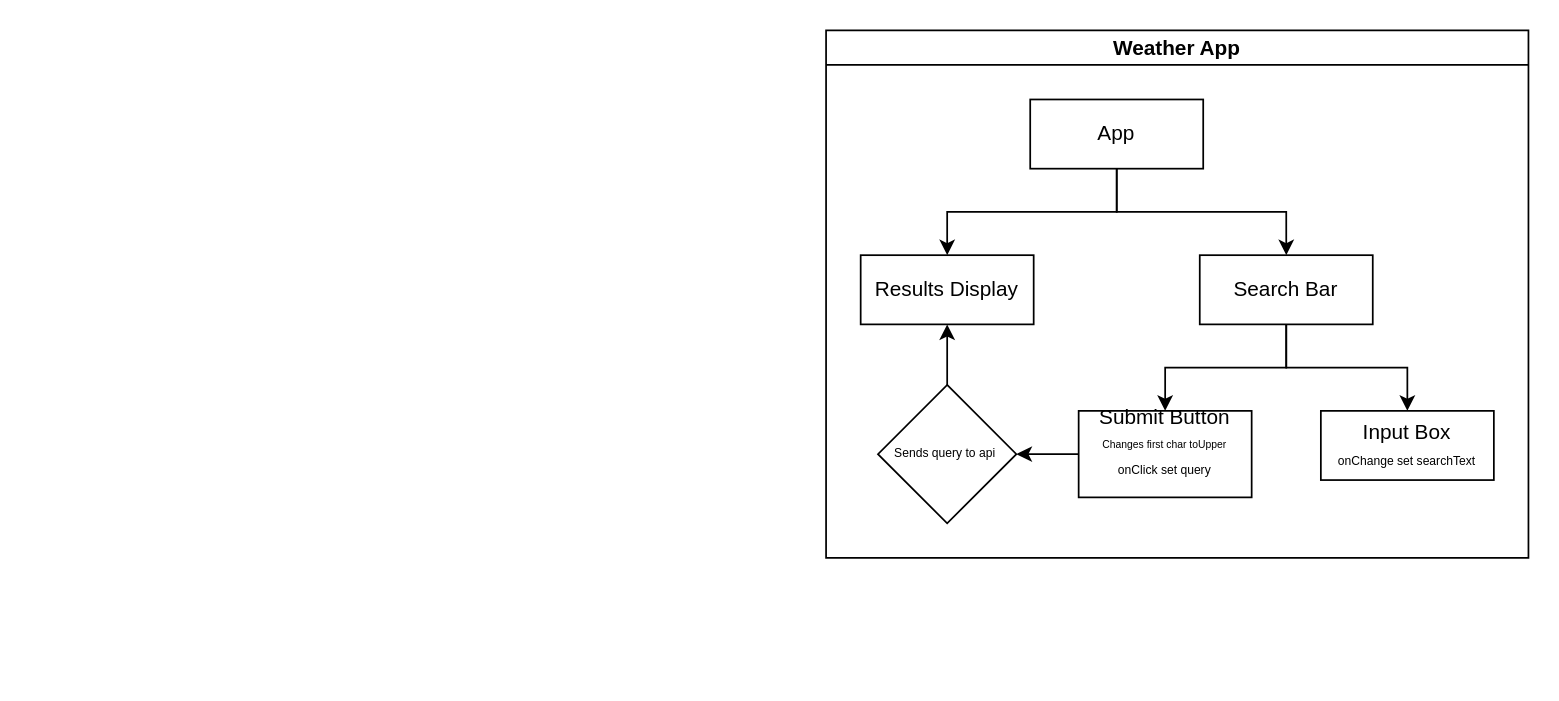
This is component-tree.drawio from SchoolOfCode/w12d5_typescript-react-hackathon-afam-and-glyn, a draw.io file, before an edit. Source tidied: cells renumbered, new cells numbered last; positions are measured from the earlier drawing's top-left corner, leaving out a move shared by most shapes. Both pictures are drawn from the tidied source at 173%, with x=0, y=0 at pixel (825, 29).
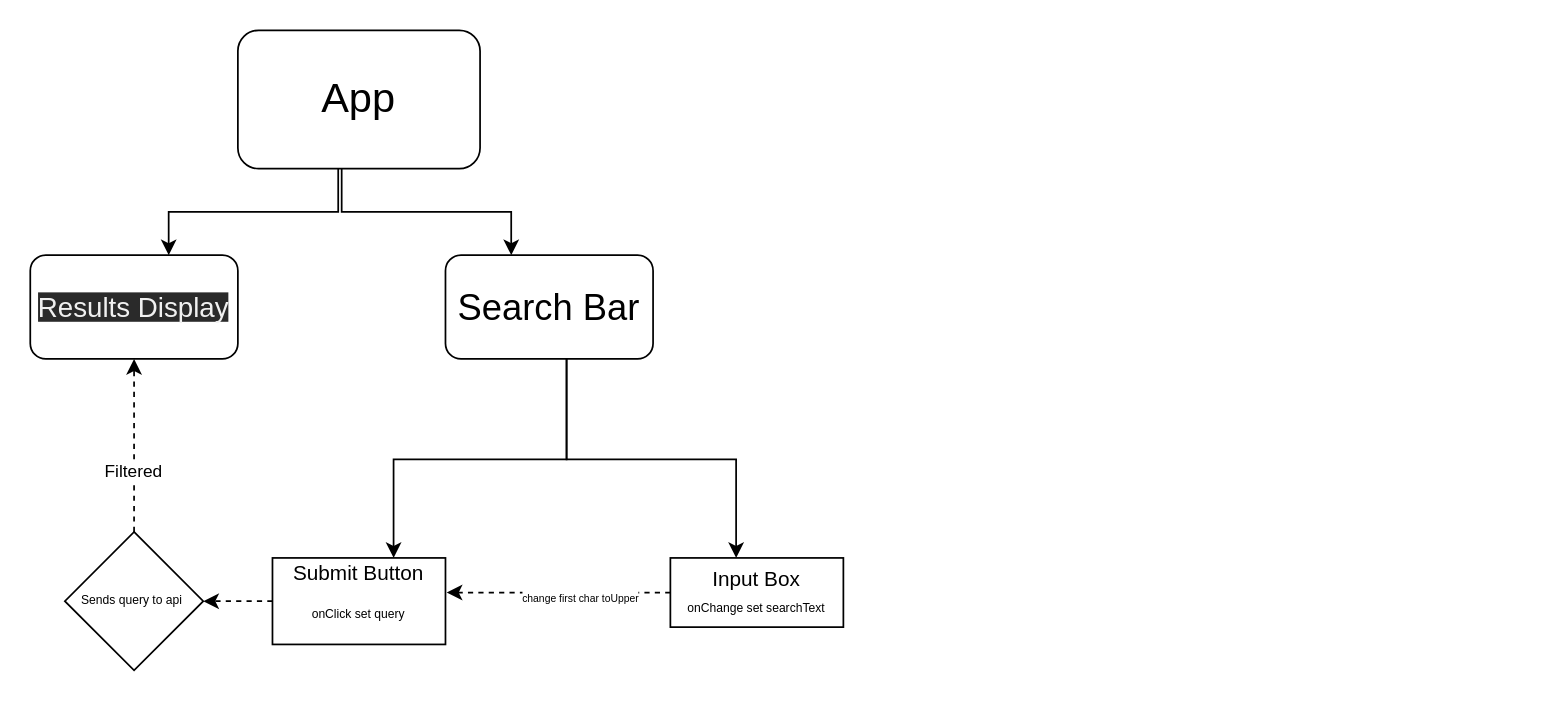
After the change.

Commit message:
new comp tree

Diff of the diagram source:
```diff
@@
-    <mxCell id="2" value="Weather App" style="swimlane;startSize=20;horizontal=1;horizontalTree=0;containerType=tree;" parent="1" vertex="1">
-      <mxGeometry width="406" height="305" as="geometry" />
-    </mxCell>
-    <mxCell id="3" value="App" style="whiteSpace=wrap;html=1;" parent="2" vertex="1">
-      <mxGeometry x="118" y="40" width="100" height="40" as="geometry" />
+    <mxCell id="3" value="&lt;font style=&quot;font-size: 24px&quot;&gt;App&lt;/font&gt;" style="rounded=1;whiteSpace=wrap;html=1;fontSize=6;" parent="1" vertex="1">
+      <mxGeometry x="-340" width="140" height="80" as="geometry" />
     </mxCell>
+    <mxCell id="6" value="&lt;font style=&quot;font-size: 16px&quot;&gt;&lt;span style=&quot;color: rgb(240 , 240 , 240) ; font-family: &amp;#34;helvetica&amp;#34; ; font-style: normal ; font-weight: 400 ; letter-spacing: normal ; text-align: center ; text-indent: 0px ; text-transform: none ; word-spacing: 0px ; background-color: rgb(42 , 42 , 42) ; display: inline ; float: none&quot;&gt;Results Display&lt;/span&gt;&lt;br&gt;&lt;/font&gt;" style="whiteSpace=wrap;html=1;fontSize=6;rounded=1;" parent="1" vertex="1">
+      <mxGeometry x="-460" y="130" width="120" height="60" as="geometry" />
+    </mxCell>
-    <mxCell id="4" value="Search Bar" style="whiteSpace=wrap;html=1;" parent="2" vertex="1">
-      <mxGeometry x="216" y="130" width="100" height="40" as="geometry" />
+    <mxCell id="4" value="&lt;font style=&quot;font-size: 21px&quot;&gt;Search Bar&lt;/font&gt;" style="whiteSpace=wrap;html=1;fontSize=6;rounded=1;" parent="1" vertex="1">
+      <mxGeometry x="-220" y="130" width="120" height="60" as="geometry" />
     </mxCell>
-    <mxCell id="5" style="edgeStyle=elbowEdgeStyle;elbow=vertical;html=1;rounded=0;" parent="2" edge="1" source="3" target="4">
-      <mxGeometry relative="1" as="geometry" />
-    </mxCell>
-    <mxCell id="6" value="Results Display" style="whiteSpace=wrap;html=1;" parent="2" vertex="1">
-      <mxGeometry x="20" y="130" width="100" height="40" as="geometry" />
-    </mxCell>
-    <mxCell id="7" style="edgeStyle=elbowEdgeStyle;elbow=vertical;html=1;rounded=0;" parent="2" edge="1" source="3" target="6">
-      <mxGeometry relative="1" as="geometry" />
-    </mxCell>
-    <mxCell id="8" style="edgeStyle=elbowEdgeStyle;elbow=vertical;html=1;rounded=0;" parent="2" edge="1" source="4" target="9">
-      <mxGeometry relative="1" as="geometry" />
-    </mxCell>
+    <mxCell id="15" style="edgeStyle=elbowEdgeStyle;elbow=vertical;html=1;rounded=0;" parent="1" edge="1">
+      <mxGeometry relative="1" as="geometry">
+        <mxPoint x="-282" y="80" as="sourcePoint" />
+        <mxPoint x="-380" y="130" as="targetPoint" />
+      </mxGeometry>
+    </mxCell>
+    <mxCell id="16" style="edgeStyle=elbowEdgeStyle;elbow=vertical;html=1;rounded=0;" parent="1" edge="1">
+      <mxGeometry relative="1" as="geometry">
+        <mxPoint x="-280" y="80" as="sourcePoint" />
+        <mxPoint x="-182" y="130" as="targetPoint" />
+      </mxGeometry>
+    </mxCell>
+    <mxCell id="17" style="edgeStyle=elbowEdgeStyle;elbow=vertical;html=1;rounded=0;" parent="1" edge="1">
+      <mxGeometry relative="1" as="geometry">
+        <mxPoint x="-150" y="190" as="sourcePoint" />
+        <mxPoint x="-52" y="305" as="targetPoint" />
+      </mxGeometry>
+    </mxCell>
+    <mxCell id="18" style="edgeStyle=elbowEdgeStyle;elbow=vertical;html=1;rounded=0;" parent="1" edge="1">
+      <mxGeometry relative="1" as="geometry">
+        <mxPoint x="-150" y="190" as="sourcePoint" />
+        <mxPoint x="-250" y="305" as="targetPoint" />
+      </mxGeometry>
+    </mxCell>
+    <mxCell id="19" style="edgeStyle=none;html=1;exitX=0;exitY=0.5;exitDx=0;exitDy=0;entryX=1;entryY=0.5;entryDx=0;entryDy=0;dashed=1;fontSize=10;" parent="1" edge="1" source="20" target="13">
+      <mxGeometry relative="1" as="geometry" />
+    </mxCell>
+    <mxCell id="20" value="&lt;p style=&quot;line-height: 0.9&quot;&gt;Submit Button&lt;br&gt;&lt;br&gt;&lt;font style=&quot;font-size: 7px&quot;&gt;onClick set query&lt;br&gt;&lt;br&gt;&lt;/font&gt;&lt;/p&gt;" style="whiteSpace=wrap;html=1;" parent="1" vertex="1">
+      <mxGeometry x="-320" y="305" width="100" height="50" as="geometry" />
+    </mxCell>
+    <mxCell id="21" style="edgeStyle=none;html=1;exitX=0;exitY=0.5;exitDx=0;exitDy=0;entryX=1.007;entryY=0.4;entryDx=0;entryDy=0;entryPerimeter=0;fontSize=10;dashed=1;" parent="1" edge="1" source="9" target="20">
+      <mxGeometry relative="1" as="geometry" />
+    </mxCell>
+    <mxCell id="22" value="&lt;span style=&quot;font-size: 6px&quot;&gt;change first char toUpper&lt;/span&gt;" style="edgeLabel;html=1;align=center;verticalAlign=middle;fontSize=10;" parent="21" vertex="1">
+      <mxGeometry x="-0.18" y="1" relative="1" as="geometry" />
+    </mxCell>
-    <mxCell id="9" value="Input Box&lt;br&gt;&lt;font style=&quot;font-size: 7px&quot;&gt;onChange set searchText&lt;/font&gt;" style="whiteSpace=wrap;html=1;" parent="2" vertex="1">
-      <mxGeometry x="286" y="220" width="100" height="40" as="geometry" />
+    <mxCell id="9" value="Input Box&lt;br&gt;&lt;font style=&quot;font-size: 7px&quot;&gt;onChange set searchText&lt;/font&gt;" style="whiteSpace=wrap;html=1;" parent="1" vertex="1">
+      <mxGeometry x="-90" y="305" width="100" height="40" as="geometry" />
     </mxCell>
-    <mxCell id="10" style="edgeStyle=elbowEdgeStyle;elbow=vertical;html=1;rounded=0;" parent="2" edge="1" source="4" target="11">
-      <mxGeometry relative="1" as="geometry" />
-    </mxCell>
-    <mxCell id="11" value="Submit Button&lt;br&gt;&lt;font style=&quot;font-size: 6px&quot;&gt;Changes first char toUpper&lt;/font&gt;&lt;br&gt;&lt;font style=&quot;font-size: 7px&quot;&gt;onClick set query&lt;br&gt;&lt;br&gt;&lt;/font&gt;" style="whiteSpace=wrap;html=1;" parent="2" vertex="1">
-      <mxGeometry x="146" y="220" width="100" height="50" as="geometry" />
-    </mxCell>
-    <mxCell id="12" style="edgeStyle=none;html=1;exitX=0.5;exitY=0;exitDx=0;exitDy=0;entryX=0.5;entryY=1;entryDx=0;entryDy=0;fontSize=7;" parent="2" edge="1" source="13" target="6">
+    <mxCell id="12" style="edgeStyle=none;html=1;fontSize=16;dashed=1;" parent="1" edge="1" source="13" target="6">
       <mxGeometry relative="1" as="geometry" />
     </mxCell>
+    <mxCell id="23" value="Filtered&amp;nbsp;" style="edgeLabel;html=1;align=center;verticalAlign=middle;fontSize=10;" parent="12" vertex="1">
+      <mxGeometry x="-0.28" relative="1" as="geometry" />
+    </mxCell>
-    <mxCell id="13" value="&lt;span&gt;Sends query to api&amp;nbsp;&lt;/span&gt;" style="rhombus;whiteSpace=wrap;html=1;fontSize=7;" parent="2" vertex="1">
-      <mxGeometry x="30" y="205" width="80" height="80" as="geometry" />
+    <mxCell id="13" value="&lt;span&gt;Sends query to api&amp;nbsp;&lt;/span&gt;" style="rhombus;whiteSpace=wrap;html=1;fontSize=7;" parent="1" vertex="1">
+      <mxGeometry x="-440" y="290" width="80" height="80" as="geometry" />
     </mxCell>
-    <mxCell id="14" style="endArrow=classic;html=1;fontSize=7;entryX=1;entryY=0.5;entryDx=0;entryDy=0;exitX=0;exitY=0.5;exitDx=0;exitDy=0;" parent="2" edge="1" source="11" target="13">
-      <mxGeometry relative="1" as="geometry" />
-    </mxCell>
```
